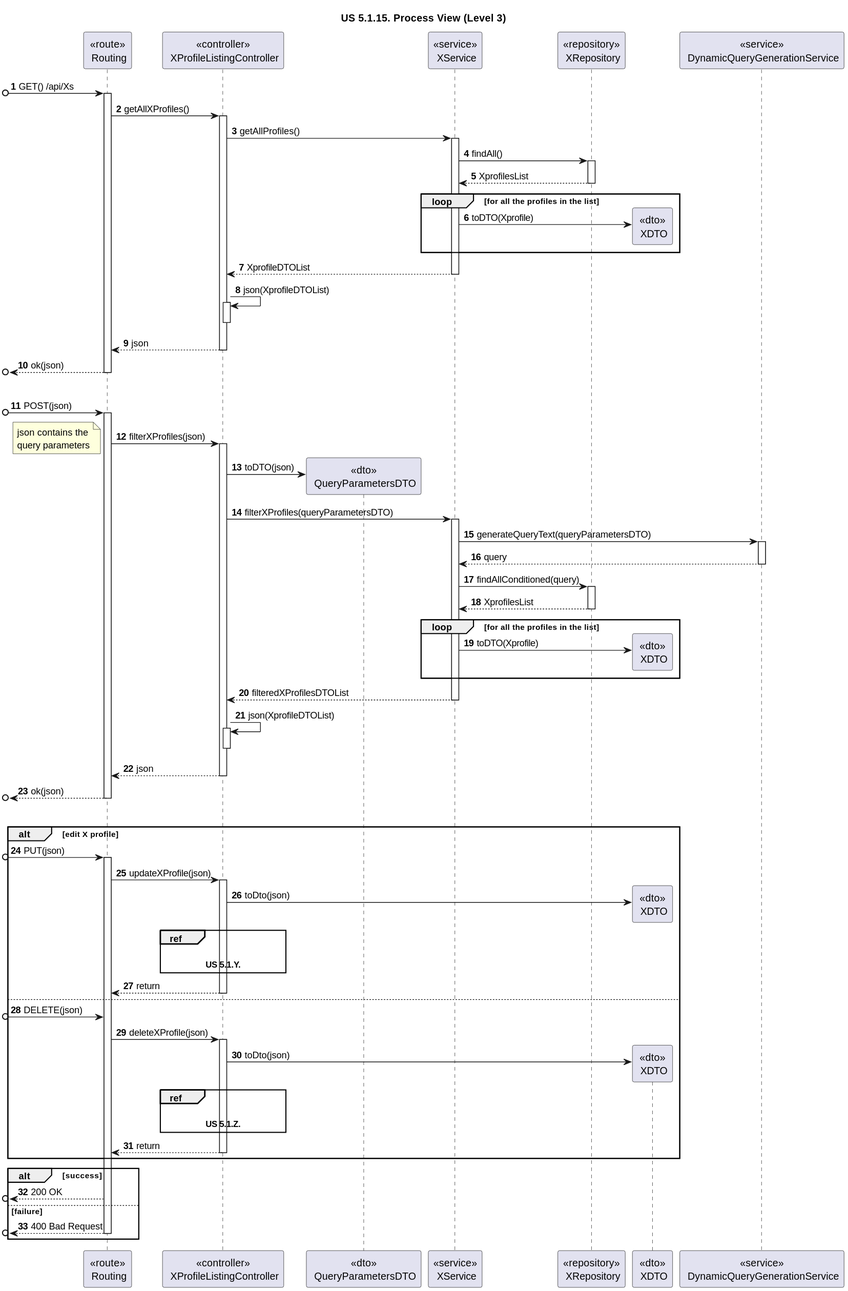
Before: docs/sprint-1/1220683/general-process-view-diagrams/listing-profiles/Level-3/listing-profile-us-process-view-lvl3.svg, a diagram exported from PlantUML (rita-barbosa/LAPR5-2425).
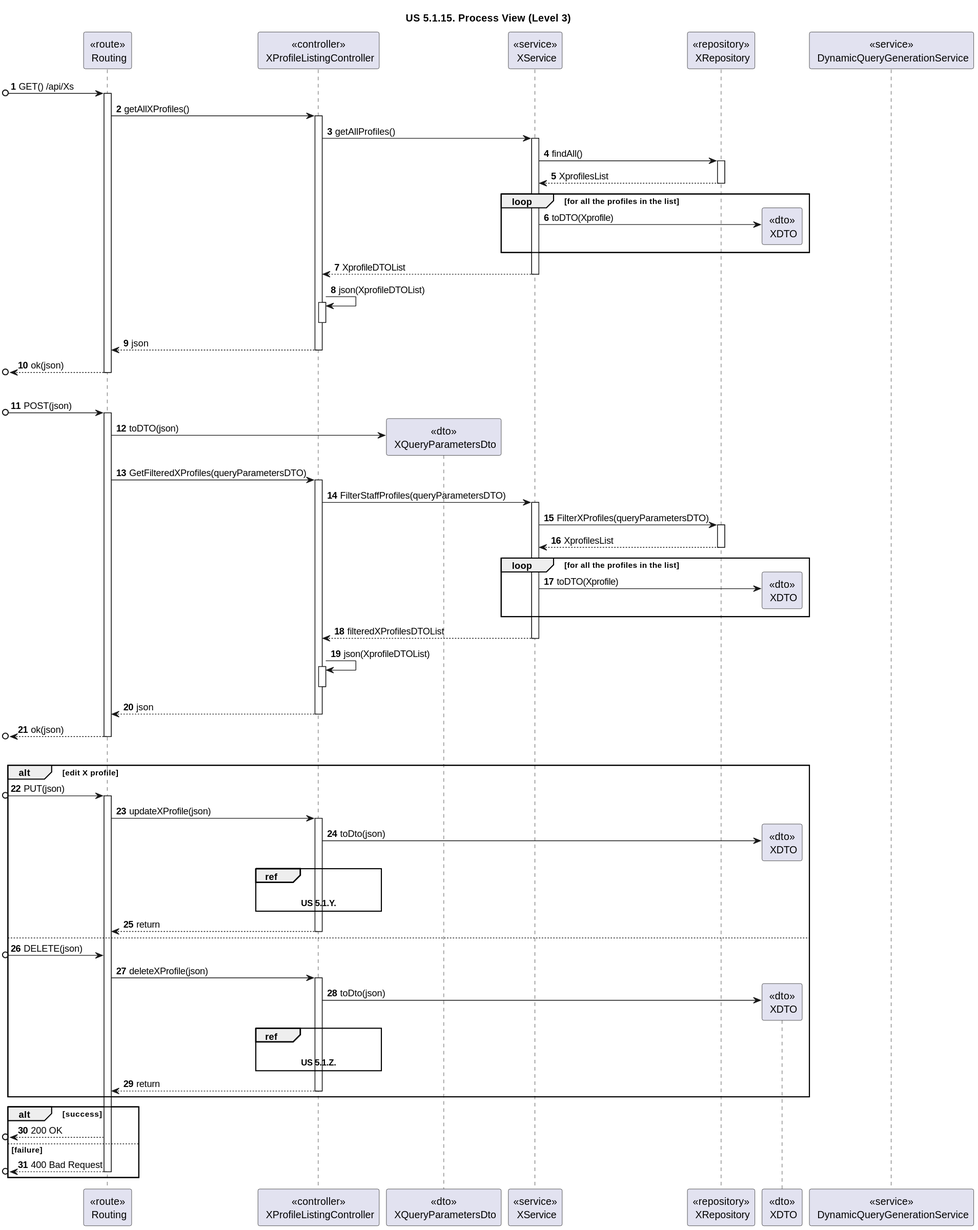
Above is the later version.

What changed in the source:
```diff
@@ -7,7 +7,7 @@
 participant "<<route>>\n Routing" as ROUTE
 participant "<<controller>>\n XProfileListingController" as CONTROL
 
-participant "<<dto>>\n QueryParametersDTO" as QueryDTO
+participant "<<dto>>\n XQueryParametersDto" as QueryDTO
 
 participant "<<service>>\n XService" as XServ
 participant "<<repository>>\n XRepository" as XRepo
@@ -52,26 +52,16 @@
 
 [o-> ROUTE : POST(json)
 activate ROUTE
+ROUTE -> QueryDTO ** : toDTO(json)
 
-ROUTE -> CONTROL : filterXProfiles(json)
-note left
-json contains the
-query parameters
-end note
+ROUTE -> CONTROL : GetFilteredXProfiles(queryParametersDTO)
 activate CONTROL
 
-CONTROL -> QueryDTO ** : toDTO(json)
-
-CONTROL -> XServ : filterXProfiles(queryParametersDTO)
+CONTROL -> XServ : FilterStaffProfiles(queryParametersDTO)
 activate XServ
 
-XServ -> QUERYServ : generateQueryText(queryParametersDTO)
-activate QUERYServ
 
-QUERYServ --> XServ : query
-deactivate QUERYServ
-
-XServ -> XRepo : findAllConditioned(query)
+XServ -> XRepo : FilterXProfiles(queryParametersDTO)
 activate XRepo
 
 XRepo --> XServ : XprofilesList
```
